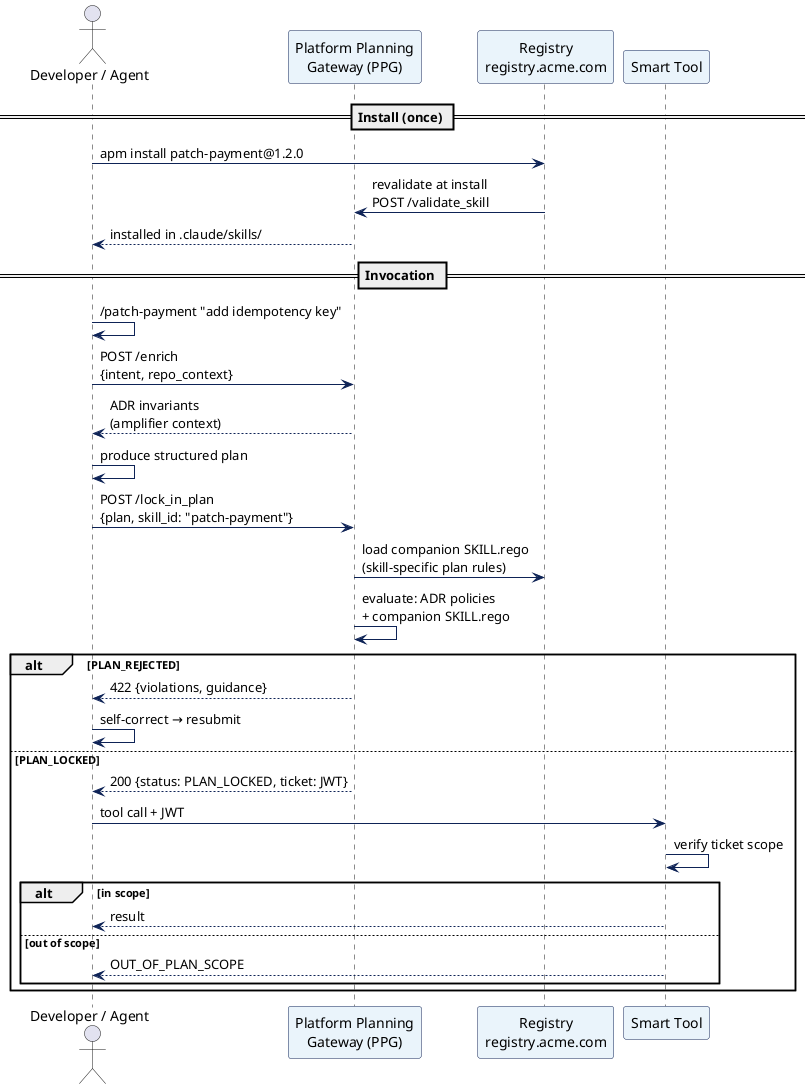
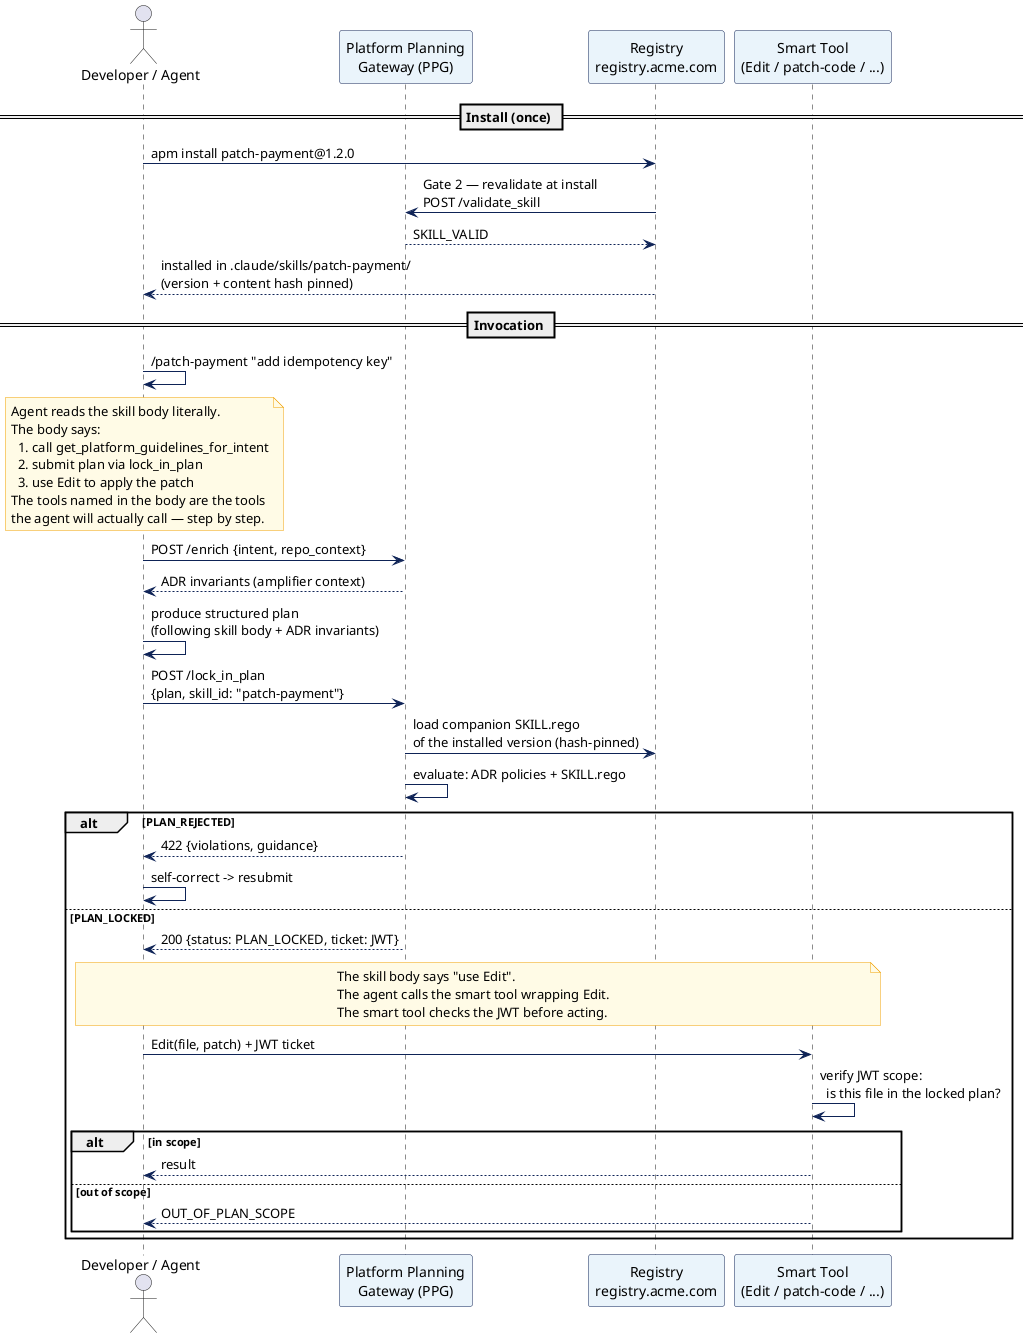
@startuml skill-runtime-sequence
' What happens at runtime when an agent invokes a skill

skinparam defaultFontName monospace
skinparam backgroundColor white
skinparam SequenceArrowColor #0E2356
skinparam SequenceParticipantBackgroundColor #EAF4FB
skinparam SequenceParticipantBorderColor #0E2356
skinparam SequenceBoxBackgroundColor #F8FBFF
skinparam SequenceBoxBorderColor #00D2DD
skinparam NoteBackgroundColor #FFFBE6
skinparam NoteBorderColor #F0A000

actor "Developer / Agent" as AGENT
participant "Platform Planning\nGateway (PPG)" as PPG
participant "Registry\nregistry.acme.com" as REGISTRY
- participant "Smart Tool" as TOOL
+ participant "Smart Tool\n(Edit / patch-code / ...)" as TOOL

== Install (once) ==

AGENT -> REGISTRY : apm install patch-payment@1.2.0
- REGISTRY -> PPG : revalidate at install\nPOST /validate_skill
- PPG --> AGENT : installed in .claude/skills/
+ REGISTRY -> PPG : Gate 2 — revalidate at install\nPOST /validate_skill
+ PPG --> REGISTRY : SKILL_VALID
+ REGISTRY --> AGENT : installed in .claude/skills/patch-payment/\n(version + content hash pinned)

== Invocation ==

AGENT -> AGENT : /patch-payment "add idempotency key"

- AGENT -> PPG : POST /enrich\n{intent, repo_context}
- PPG --> AGENT : ADR invariants\n(amplifier context)
+ note over AGENT
+   Agent reads the skill body literally.
+   The body says:
+     1. call get_platform_guidelines_for_intent
+     2. submit plan via lock_in_plan
+     3. use Edit to apply the patch
+   The tools named in the body are the tools
+   the agent will actually call — step by step.
+ end note

- AGENT -> AGENT : produce structured plan
+ AGENT -> PPG : POST /enrich {intent, repo_context}
+ PPG --> AGENT : ADR invariants (amplifier context)
+ 
+ AGENT -> AGENT : produce structured plan\n(following skill body + ADR invariants)

AGENT -> PPG : POST /lock_in_plan\n{plan, skill_id: "patch-payment"}
- PPG -> REGISTRY : load companion SKILL.rego\n(skill-specific plan rules)
- PPG -> PPG : evaluate: ADR policies\n+ companion SKILL.rego
+ PPG -> REGISTRY : load companion SKILL.rego\nof the installed version (hash-pinned)
+ PPG -> PPG : evaluate: ADR policies + SKILL.rego

alt PLAN_REJECTED

  PPG --> AGENT : 422 {violations, guidance}
-   AGENT -> AGENT : self-correct → resubmit
+   AGENT -> AGENT : self-correct -> resubmit

else PLAN_LOCKED

  PPG --> AGENT : 200 {status: PLAN_LOCKED, ticket: JWT}

-   AGENT -> TOOL : tool call + JWT
-   TOOL -> TOOL : verify ticket scope
+   note over AGENT, TOOL
+     The skill body says "use Edit".
+     The agent calls the smart tool wrapping Edit.
+     The smart tool checks the JWT before acting.
+   end note
+ 
+   AGENT -> TOOL : Edit(file, patch) + JWT ticket
+   TOOL -> TOOL : verify JWT scope:\n  is this file in the locked plan?

  alt in scope
    TOOL --> AGENT : result
  else out of scope
    TOOL --> AGENT : OUT_OF_PLAN_SCOPE
  end

end

@enduml
